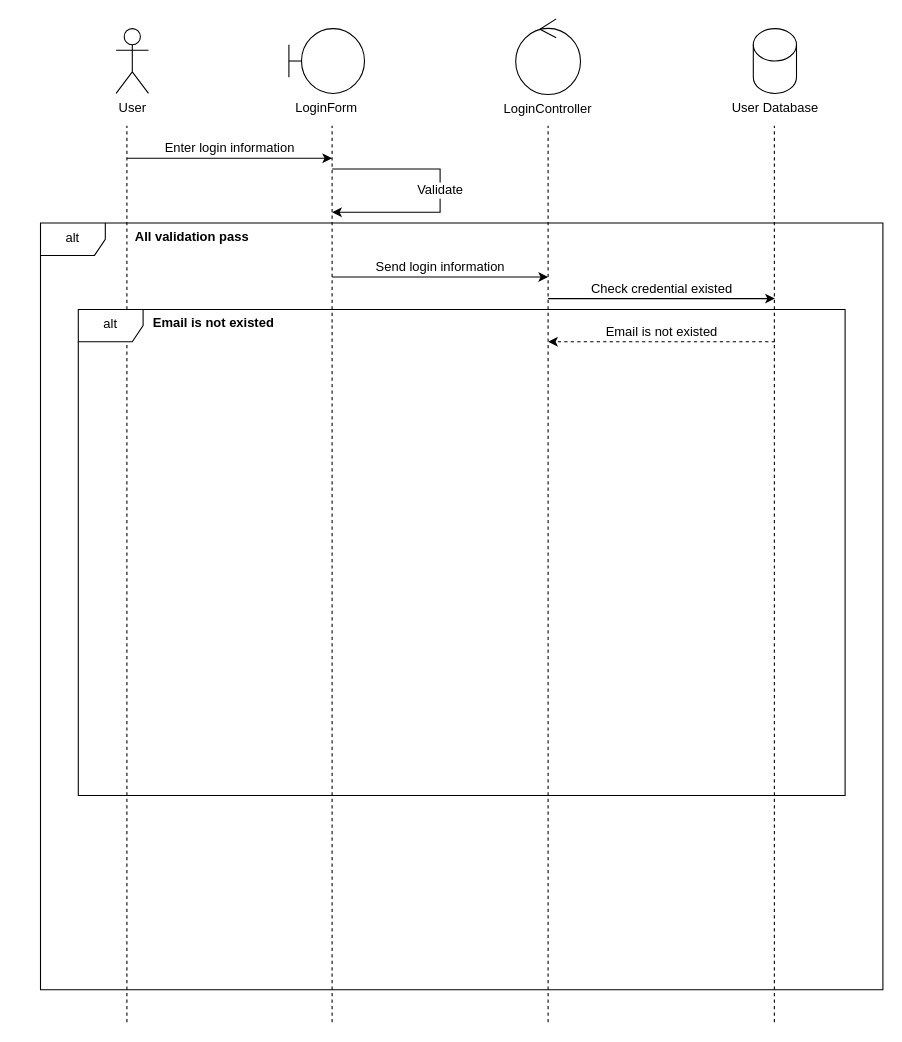
Earlier version of the draw.io diagram Login.drawio (dncmaduro/gspacez-uml). Source tidied: cells renumbered, new cells numbered last; positions are measured from the earlier drawing's top-left corner, leaving out a move shared by most shapes. Both pictures are drawn from the tidied source at 108%, with x=0, y=0 at pixel (40, 18).
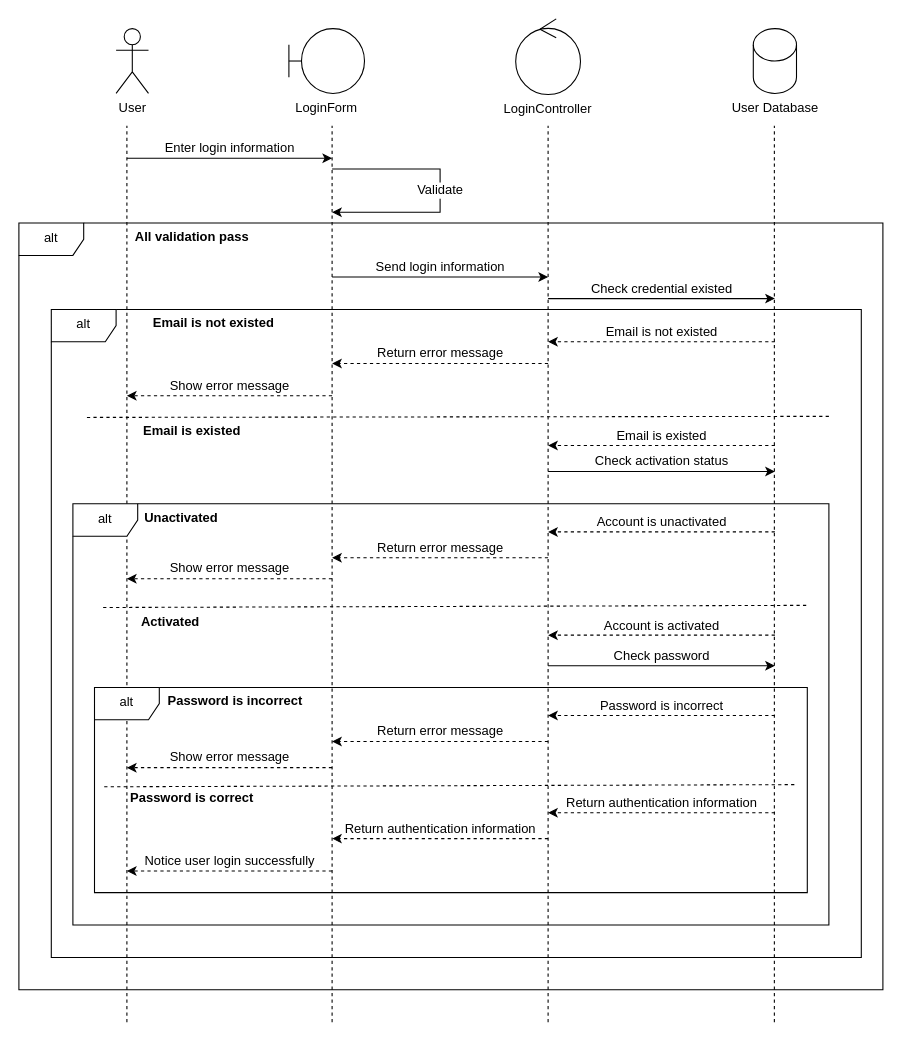
The same diagram, later.

The edit, as a diff of the source:
```diff
@@
     <mxCell id="12" value="alt" style="shape=umlFrame;whiteSpace=wrap;html=1;strokeColor=default;align=center;verticalAlign=top;fontFamily=Helvetica;fontSize=12;fontColor=default;fillColor=default;" parent="1" vertex="1">
-      <mxGeometry y="189" width="780" height="710" as="geometry" />
+      <mxGeometry x="-20" y="189" width="800" height="710" as="geometry" />
     </mxCell>
@@
     <mxCell id="16" value="alt" style="shape=umlFrame;whiteSpace=wrap;html=1;strokeColor=default;align=center;verticalAlign=top;fontFamily=Helvetica;fontSize=12;fontColor=default;fillColor=default;" parent="1" vertex="1">
-      <mxGeometry x="35" y="269" width="710" height="450" as="geometry" />
+      <mxGeometry x="10" y="269" width="750" height="600" as="geometry" />
     </mxCell>
@@
+    <mxCell id="19" value="Return error message" style="endArrow=classic;html=1;rounded=0;dashed=1;labelPosition=center;verticalLabelPosition=top;align=center;verticalAlign=bottom;fontFamily=Helvetica;fontSize=12;fontColor=default;" parent="1" edge="1">
+      <mxGeometry relative="1" as="geometry">
+        <mxPoint x="470" y="319" as="sourcePoint" />
+        <mxPoint x="270" y="319" as="targetPoint" />
+      </mxGeometry>
+    </mxCell>
+    <mxCell id="20" value="Show error message" style="endArrow=classic;html=1;rounded=0;dashed=1;labelPosition=center;verticalLabelPosition=top;align=center;verticalAlign=bottom;fontFamily=Helvetica;fontSize=12;fontColor=default;" parent="1" edge="1">
+      <mxGeometry relative="1" as="geometry">
+        <mxPoint x="270" y="349" as="sourcePoint" />
+        <mxPoint x="80" y="349" as="targetPoint" />
+      </mxGeometry>
+    </mxCell>
+    <mxCell id="21" style="endArrow=none;dashed=1;html=1;rounded=0;fontFamily=Helvetica;fontSize=12;fontColor=default;exitX=0.001;exitY=0.224;exitDx=0;exitDy=0;exitPerimeter=0;" parent="1" edge="1">
+      <mxGeometry relative="1" as="geometry">
+        <mxPoint x="43" y="369" as="sourcePoint" />
+        <mxPoint x="730" y="368" as="targetPoint" />
+      </mxGeometry>
+    </mxCell>
+    <mxCell id="22" value="Email is existed" style="text;align=center;fontStyle=1;verticalAlign=middle;spacingLeft=3;spacingRight=3;strokeColor=none;html=1;fontFamily=Helvetica;fontSize=12;fontColor=default;" parent="1" vertex="1">
+      <mxGeometry x="100" y="369" width="80" height="26" as="geometry" />
+    </mxCell>
+    <mxCell id="23" value="Email is existed" style="endArrow=classic;html=1;rounded=0;dashed=1;labelPosition=center;verticalLabelPosition=top;align=center;verticalAlign=bottom;fontFamily=Helvetica;fontSize=12;fontColor=default;" parent="1" edge="1">
+      <mxGeometry relative="1" as="geometry">
+        <mxPoint x="680" y="395" as="sourcePoint" />
+        <mxPoint x="470" y="395" as="targetPoint" />
+      </mxGeometry>
+    </mxCell>
+    <mxCell id="24" value="Check activation status" style="endArrow=classic;html=1;rounded=0;labelPosition=center;verticalLabelPosition=top;align=center;verticalAlign=bottom;fontFamily=Helvetica;fontSize=12;fontColor=default;" parent="1" edge="1">
+      <mxGeometry relative="1" as="geometry">
+        <mxPoint x="470" y="419" as="sourcePoint" />
+        <mxPoint x="680" y="419" as="targetPoint" />
+      </mxGeometry>
+    </mxCell>
+    <mxCell id="25" style="endArrow=none;dashed=1;html=1;rounded=0;fontFamily=Helvetica;fontSize=12;fontColor=default;exitX=0.001;exitY=0.224;exitDx=0;exitDy=0;exitPerimeter=0;" parent="1" edge="1">
+      <mxGeometry relative="1" as="geometry">
+        <mxPoint x="58" y="545" as="sourcePoint" />
+        <mxPoint x="710" y="543" as="targetPoint" />
+      </mxGeometry>
+    </mxCell>
+    <mxCell id="26" value="alt" style="shape=umlFrame;whiteSpace=wrap;html=1;strokeColor=default;align=center;verticalAlign=top;fontFamily=Helvetica;fontSize=12;fontColor=default;fillColor=default;" parent="1" vertex="1">
+      <mxGeometry x="30" y="449" width="700" height="390" as="geometry" />
+    </mxCell>
+    <mxCell id="27" value="Unactivated" style="text;align=center;fontStyle=1;verticalAlign=middle;spacingLeft=3;spacingRight=3;strokeColor=none;html=1;fontFamily=Helvetica;fontSize=12;fontColor=default;" parent="1" vertex="1">
+      <mxGeometry x="90" y="449" width="80" height="26" as="geometry" />
+    </mxCell>
+    <mxCell id="28" value="Account is unactivated" style="endArrow=classic;html=1;rounded=0;dashed=1;labelPosition=center;verticalLabelPosition=top;align=center;verticalAlign=bottom;fontFamily=Helvetica;fontSize=12;fontColor=default;" parent="1" edge="1">
+      <mxGeometry relative="1" as="geometry">
+        <mxPoint x="680" y="475" as="sourcePoint" />
+        <mxPoint x="470" y="475" as="targetPoint" />
+      </mxGeometry>
+    </mxCell>
+    <mxCell id="29" value="Return error message" style="endArrow=classic;html=1;rounded=0;dashed=1;labelPosition=center;verticalLabelPosition=top;align=center;verticalAlign=bottom;fontFamily=Helvetica;fontSize=12;fontColor=default;" parent="1" edge="1">
+      <mxGeometry relative="1" as="geometry">
+        <mxPoint x="470" y="499" as="sourcePoint" />
+        <mxPoint x="270" y="499" as="targetPoint" />
+      </mxGeometry>
+    </mxCell>
+    <mxCell id="30" value="Show error message" style="endArrow=classic;html=1;rounded=0;dashed=1;labelPosition=center;verticalLabelPosition=top;align=center;verticalAlign=bottom;fontFamily=Helvetica;fontSize=12;fontColor=default;" parent="1" edge="1">
+      <mxGeometry relative="1" as="geometry">
+        <mxPoint x="270" y="518.4" as="sourcePoint" />
+        <mxPoint x="80" y="518.4" as="targetPoint" />
+      </mxGeometry>
+    </mxCell>
+    <mxCell id="31" value="Activated" style="text;align=center;fontStyle=1;verticalAlign=middle;spacingLeft=3;spacingRight=3;strokeColor=none;html=1;fontFamily=Helvetica;fontSize=12;fontColor=default;" parent="1" vertex="1">
+      <mxGeometry x="80" y="546" width="80" height="26" as="geometry" />
+    </mxCell>
+    <mxCell id="32" value="alt" style="shape=umlFrame;whiteSpace=wrap;html=1;strokeColor=default;align=center;verticalAlign=top;fontFamily=Helvetica;fontSize=12;fontColor=default;fillColor=default;" parent="1" vertex="1">
+      <mxGeometry x="50" y="619" width="660" height="190" as="geometry" />
+    </mxCell>
+    <mxCell id="33" value="Account is activated" style="endArrow=classic;html=1;rounded=0;dashed=1;labelPosition=center;verticalLabelPosition=top;align=center;verticalAlign=bottom;fontFamily=Helvetica;fontSize=12;fontColor=default;" parent="1" edge="1">
+      <mxGeometry relative="1" as="geometry">
+        <mxPoint x="680" y="570.6" as="sourcePoint" />
+        <mxPoint x="470" y="570.6" as="targetPoint" />
+      </mxGeometry>
+    </mxCell>
+    <mxCell id="34" value="Check password" style="endArrow=classic;html=1;rounded=0;labelPosition=center;verticalLabelPosition=top;align=center;verticalAlign=bottom;fontFamily=Helvetica;fontSize=12;fontColor=default;" parent="1" edge="1">
+      <mxGeometry relative="1" as="geometry">
+        <mxPoint x="470" y="599" as="sourcePoint" />
+        <mxPoint x="680" y="599" as="targetPoint" />
+      </mxGeometry>
+    </mxCell>
+    <mxCell id="35" value="Password is incorrect" style="text;align=center;fontStyle=1;verticalAlign=middle;spacingLeft=3;spacingRight=3;strokeColor=none;html=1;fontFamily=Helvetica;fontSize=12;fontColor=default;" parent="1" vertex="1">
+      <mxGeometry x="140" y="619" width="80" height="26" as="geometry" />
+    </mxCell>
+    <mxCell id="36" value="Password is incorrect" style="endArrow=classic;html=1;rounded=0;dashed=1;labelPosition=center;verticalLabelPosition=top;align=center;verticalAlign=bottom;fontFamily=Helvetica;fontSize=12;fontColor=default;" parent="1" edge="1">
+      <mxGeometry relative="1" as="geometry">
+        <mxPoint x="680" y="645" as="sourcePoint" />
+        <mxPoint x="470" y="645" as="targetPoint" />
+      </mxGeometry>
+    </mxCell>
+    <mxCell id="37" value="Return error message" style="endArrow=classic;html=1;rounded=0;dashed=1;labelPosition=center;verticalLabelPosition=top;align=center;verticalAlign=bottom;fontFamily=Helvetica;fontSize=12;fontColor=default;" parent="1" edge="1">
+      <mxGeometry relative="1" as="geometry">
+        <mxPoint x="470" y="669" as="sourcePoint" />
+        <mxPoint x="270" y="669" as="targetPoint" />
+      </mxGeometry>
+    </mxCell>
+    <mxCell id="38" value="Show error message" style="endArrow=classic;html=1;rounded=0;dashed=1;labelPosition=center;verticalLabelPosition=top;align=center;verticalAlign=bottom;fontFamily=Helvetica;fontSize=12;fontColor=default;" parent="1" edge="1">
+      <mxGeometry relative="1" as="geometry">
+        <mxPoint x="270" y="693.3" as="sourcePoint" />
+        <mxPoint x="80" y="693.3" as="targetPoint" />
+      </mxGeometry>
+    </mxCell>
+    <mxCell id="39" style="endArrow=none;dashed=1;html=1;rounded=0;fontFamily=Helvetica;fontSize=12;fontColor=default;exitX=0.001;exitY=0.224;exitDx=0;exitDy=0;exitPerimeter=0;" parent="1" edge="1">
+      <mxGeometry relative="1" as="geometry">
+        <mxPoint x="59" y="711" as="sourcePoint" />
+        <mxPoint x="700" y="709" as="targetPoint" />
+      </mxGeometry>
+    </mxCell>
+    <mxCell id="40" value="Password is correct" style="text;align=center;fontStyle=1;verticalAlign=middle;spacingLeft=3;spacingRight=3;strokeColor=none;html=1;fontFamily=Helvetica;fontSize=12;fontColor=default;" parent="1" vertex="1">
+      <mxGeometry x="100" y="709" width="80" height="26" as="geometry" />
+    </mxCell>
+    <mxCell id="41" value="Return authentication information" style="endArrow=classic;html=1;rounded=0;dashed=1;labelPosition=center;verticalLabelPosition=top;align=center;verticalAlign=bottom;fontFamily=Helvetica;fontSize=12;fontColor=default;" parent="1" edge="1">
+      <mxGeometry relative="1" as="geometry">
+        <mxPoint x="680" y="735" as="sourcePoint" />
+        <mxPoint x="470" y="735" as="targetPoint" />
+      </mxGeometry>
+    </mxCell>
+    <mxCell id="42" value="Return authentication information" style="endArrow=classic;html=1;rounded=0;dashed=1;labelPosition=center;verticalLabelPosition=top;align=center;verticalAlign=bottom;fontFamily=Helvetica;fontSize=12;fontColor=default;" parent="1" edge="1">
+      <mxGeometry relative="1" as="geometry">
+        <mxPoint x="470" y="759" as="sourcePoint" />
+        <mxPoint x="270" y="759" as="targetPoint" />
+      </mxGeometry>
+    </mxCell>
+    <mxCell id="43" value="Notice user login successfully" style="endArrow=classic;html=1;rounded=0;dashed=1;labelPosition=center;verticalLabelPosition=top;align=center;verticalAlign=bottom;fontFamily=Helvetica;fontSize=12;fontColor=default;" parent="1" edge="1">
+      <mxGeometry relative="1" as="geometry">
+        <mxPoint x="270" y="789" as="sourcePoint" />
+        <mxPoint x="80" y="789" as="targetPoint" />
+      </mxGeometry>
+    </mxCell>
```
